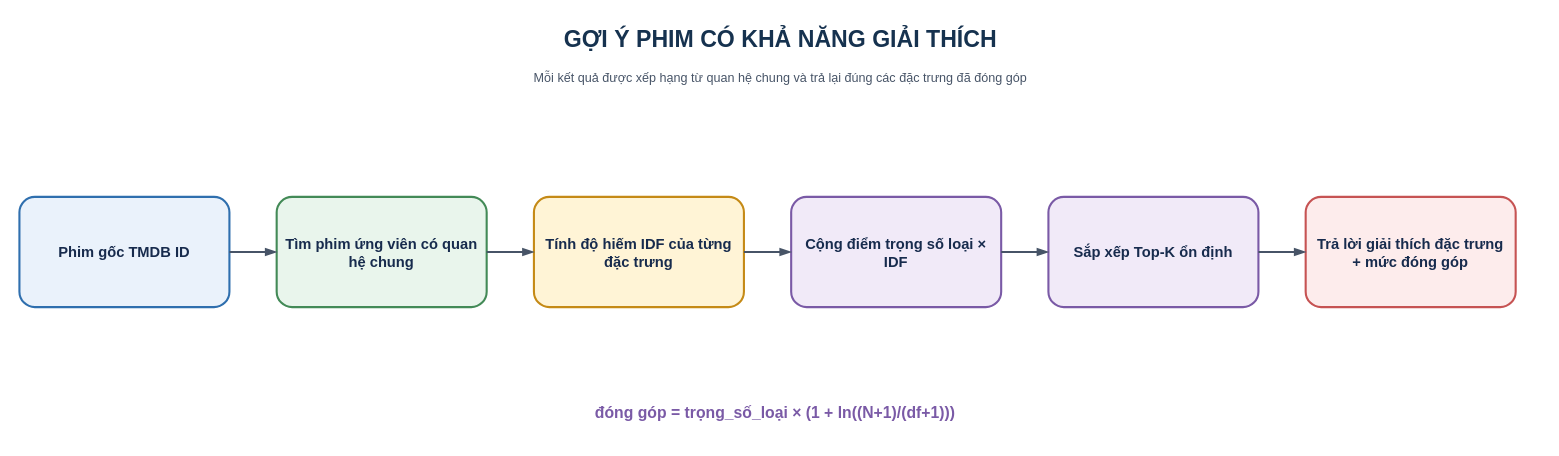
khanhhk/advanced_database keeps this draw.io diagram as report_latex/images/sources/recommendation_explanation.drawio. Above is the earlier version. Source tidied: cells renumbered, new cells numbered last; positions are measured from the earlier drawing's top-left corner, leaving out a move shared by most shapes. Both pictures are drawn from the tidied source at 105%, with x=0, y=0 at pixel (19, 18).
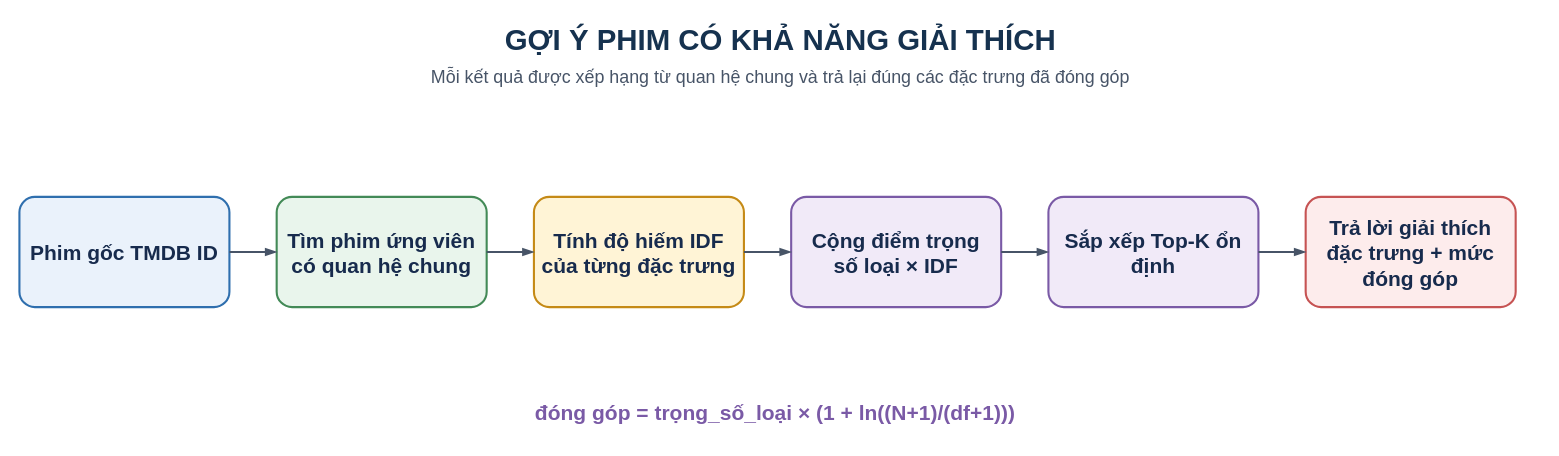
After the change.

Diff of the diagram source:
```diff
@@
 <mxGraphModel background="#FFFFFF">
   <root>
     <mxCell id="0" />
     <mxCell id="1" parent="0" />
-    <mxCell id="2" value="GỢI Ý PHIM CÓ KHẢ NĂNG GIẢI THÍCH" style="text;html=1;whiteSpace=wrap;align=center;verticalAlign=middle;fontFamily=Helvetica;fontSize=22;fontColor=#16324F;fontStyle=1;" parent="1" vertex="1">
+    <mxCell id="2" value="GỢI Ý PHIM CÓ KHẢ NĂNG GIẢI THÍCH" style="text;html=1;whiteSpace=wrap;align=center;verticalAlign=middle;fontFamily=Helvetica;fontSize=28;fontColor=#16324F;fontStyle=1;" parent="1" vertex="1">
       <mxGeometry width="1450" height="42" as="geometry" />
     </mxCell>
-    <mxCell id="3" value="Mỗi kết quả được xếp hạng từ quan hệ chung và trả lại đúng các đặc trưng đã đóng góp" style="text;html=1;whiteSpace=wrap;align=center;verticalAlign=middle;fontFamily=Helvetica;fontSize=12;fontColor=#475467;" parent="1" vertex="1">
+    <mxCell id="3" value="Mỗi kết quả được xếp hạng từ quan hệ chung và trả lại đúng các đặc trưng đã đóng góp" style="text;html=1;whiteSpace=wrap;align=center;verticalAlign=middle;fontFamily=Helvetica;fontSize=17;fontColor=#475467;" parent="1" vertex="1">
       <mxGeometry y="42" width="1450" height="30" as="geometry" />
     </mxCell>
-    <mxCell id="4" value="Phim gốc TMDB ID" style="rounded=1;arcSize=14;whiteSpace=wrap;html=1;align=center;verticalAlign=middle;spacing=8;fontFamily=Helvetica;fontSize=14;fontColor=#172B4D;fillColor=#EAF2FB;strokeColor=#2F6FAE;strokeWidth=2;fontStyle=1;" parent="1" vertex="1">
+    <mxCell id="4" value="Phim gốc TMDB ID" style="rounded=1;arcSize=14;whiteSpace=wrap;html=1;align=center;verticalAlign=middle;spacing=8;fontFamily=Helvetica;fontSize=20;fontColor=#172B4D;fillColor=#EAF2FB;strokeColor=#2F6FAE;strokeWidth=2;fontStyle=1;" parent="1" vertex="1">
       <mxGeometry y="170" width="200" height="105" as="geometry" />
     </mxCell>
-    <mxCell id="5" value="Tìm phim ứng viên có quan hệ chung" style="rounded=1;arcSize=14;whiteSpace=wrap;html=1;align=center;verticalAlign=middle;spacing=8;fontFamily=Helvetica;fontSize=14;fontColor=#172B4D;fillColor=#E9F5EC;strokeColor=#438A57;strokeWidth=2;fontStyle=1;" parent="1" vertex="1">
+    <mxCell id="5" value="Tìm phim ứng viên có quan hệ chung" style="rounded=1;arcSize=14;whiteSpace=wrap;html=1;align=center;verticalAlign=middle;spacing=8;fontFamily=Helvetica;fontSize=20;fontColor=#172B4D;fillColor=#E9F5EC;strokeColor=#438A57;strokeWidth=2;fontStyle=1;" parent="1" vertex="1">
       <mxGeometry x="245" y="170" width="200" height="105" as="geometry" />
     </mxCell>
-    <mxCell id="6" value="Tính độ hiếm IDF của từng đặc trưng" style="rounded=1;arcSize=14;whiteSpace=wrap;html=1;align=center;verticalAlign=middle;spacing=8;fontFamily=Helvetica;fontSize=14;fontColor=#172B4D;fillColor=#FFF4D6;strokeColor=#C58A16;strokeWidth=2;fontStyle=1;" parent="1" vertex="1">
+    <mxCell id="6" value="Tính độ hiếm IDF của từng đặc trưng" style="rounded=1;arcSize=14;whiteSpace=wrap;html=1;align=center;verticalAlign=middle;spacing=8;fontFamily=Helvetica;fontSize=20;fontColor=#172B4D;fillColor=#FFF4D6;strokeColor=#C58A16;strokeWidth=2;fontStyle=1;" parent="1" vertex="1">
       <mxGeometry x="490" y="170" width="200" height="105" as="geometry" />
     </mxCell>
-    <mxCell id="7" value="Cộng điểm trọng số loại × IDF" style="rounded=1;arcSize=14;whiteSpace=wrap;html=1;align=center;verticalAlign=middle;spacing=8;fontFamily=Helvetica;fontSize=14;fontColor=#172B4D;fillColor=#F1EAF8;strokeColor=#7A5AA6;strokeWidth=2;fontStyle=1;" parent="1" vertex="1">
+    <mxCell id="7" value="Cộng điểm trọng số loại × IDF" style="rounded=1;arcSize=14;whiteSpace=wrap;html=1;align=center;verticalAlign=middle;spacing=8;fontFamily=Helvetica;fontSize=20;fontColor=#172B4D;fillColor=#F1EAF8;strokeColor=#7A5AA6;strokeWidth=2;fontStyle=1;" parent="1" vertex="1">
       <mxGeometry x="735" y="170" width="200" height="105" as="geometry" />
     </mxCell>
-    <mxCell id="8" value="Sắp xếp Top-K ổn định" style="rounded=1;arcSize=14;whiteSpace=wrap;html=1;align=center;verticalAlign=middle;spacing=8;fontFamily=Helvetica;fontSize=14;fontColor=#172B4D;fillColor=#F1EAF8;strokeColor=#7A5AA6;strokeWidth=2;fontStyle=1;" parent="1" vertex="1">
+    <mxCell id="8" value="Sắp xếp Top-K ổn định" style="rounded=1;arcSize=14;whiteSpace=wrap;html=1;align=center;verticalAlign=middle;spacing=8;fontFamily=Helvetica;fontSize=20;fontColor=#172B4D;fillColor=#F1EAF8;strokeColor=#7A5AA6;strokeWidth=2;fontStyle=1;" parent="1" vertex="1">
       <mxGeometry x="980" y="170" width="200" height="105" as="geometry" />
     </mxCell>
-    <mxCell id="9" value="Trả lời giải thích đặc trưng + mức đóng góp" style="rounded=1;arcSize=14;whiteSpace=wrap;html=1;align=center;verticalAlign=middle;spacing=8;fontFamily=Helvetica;fontSize=14;fontColor=#172B4D;fillColor=#FDECEC;strokeColor=#C65353;strokeWidth=2;fontStyle=1;" parent="1" vertex="1">
+    <mxCell id="9" value="Trả lời giải thích đặc trưng + mức đóng góp" style="rounded=1;arcSize=14;whiteSpace=wrap;html=1;align=center;verticalAlign=middle;spacing=8;fontFamily=Helvetica;fontSize=20;fontColor=#172B4D;fillColor=#FDECEC;strokeColor=#C65353;strokeWidth=2;fontStyle=1;" parent="1" vertex="1">
       <mxGeometry x="1225" y="170" width="200" height="105" as="geometry" />
     </mxCell>
-    <mxCell id="10" style="edgeStyle=orthogonalEdgeStyle;rounded=1;jettySize=auto;html=1;strokeColor=#475467;strokeWidth=2;endArrow=blockThin;endFill=1;fontFamily=Helvetica;fontSize=11;fontColor=#344054;labelBackgroundColor=#FFFFFF;exitX=1;exitY=0.5;exitDx=0;exitDy=0;entryX=0;entryY=0.5;entryDx=0;entryDy=0;" parent="1" edge="1" source="4" target="5">
+    <mxCell id="10" style="edgeStyle=orthogonalEdgeStyle;rounded=1;jettySize=auto;html=1;strokeColor=#475467;strokeWidth=2;endArrow=blockThin;endFill=1;fontFamily=Helvetica;fontSize=16;fontColor=#344054;labelBackgroundColor=#FFFFFF;exitX=1;exitY=0.5;exitDx=0;exitDy=0;entryX=0;entryY=0.5;entryDx=0;entryDy=0;" parent="1" edge="1" source="4" target="5">
       <mxGeometry relative="1" as="geometry" />
     </mxCell>
-    <mxCell id="11" style="edgeStyle=orthogonalEdgeStyle;rounded=1;jettySize=auto;html=1;strokeColor=#475467;strokeWidth=2;endArrow=blockThin;endFill=1;fontFamily=Helvetica;fontSize=11;fontColor=#344054;labelBackgroundColor=#FFFFFF;exitX=1;exitY=0.5;exitDx=0;exitDy=0;entryX=0;entryY=0.5;entryDx=0;entryDy=0;" parent="1" edge="1" source="5" target="6">
+    <mxCell id="11" style="edgeStyle=orthogonalEdgeStyle;rounded=1;jettySize=auto;html=1;strokeColor=#475467;strokeWidth=2;endArrow=blockThin;endFill=1;fontFamily=Helvetica;fontSize=16;fontColor=#344054;labelBackgroundColor=#FFFFFF;exitX=1;exitY=0.5;exitDx=0;exitDy=0;entryX=0;entryY=0.5;entryDx=0;entryDy=0;" parent="1" edge="1" source="5" target="6">
       <mxGeometry relative="1" as="geometry" />
     </mxCell>
-    <mxCell id="12" style="edgeStyle=orthogonalEdgeStyle;rounded=1;jettySize=auto;html=1;strokeColor=#475467;strokeWidth=2;endArrow=blockThin;endFill=1;fontFamily=Helvetica;fontSize=11;fontColor=#344054;labelBackgroundColor=#FFFFFF;exitX=1;exitY=0.5;exitDx=0;exitDy=0;entryX=0;entryY=0.5;entryDx=0;entryDy=0;" parent="1" edge="1" source="6" target="7">
+    <mxCell id="12" style="edgeStyle=orthogonalEdgeStyle;rounded=1;jettySize=auto;html=1;strokeColor=#475467;strokeWidth=2;endArrow=blockThin;endFill=1;fontFamily=Helvetica;fontSize=16;fontColor=#344054;labelBackgroundColor=#FFFFFF;exitX=1;exitY=0.5;exitDx=0;exitDy=0;entryX=0;entryY=0.5;entryDx=0;entryDy=0;" parent="1" edge="1" source="6" target="7">
       <mxGeometry relative="1" as="geometry" />
     </mxCell>
-    <mxCell id="13" style="edgeStyle=orthogonalEdgeStyle;rounded=1;jettySize=auto;html=1;strokeColor=#475467;strokeWidth=2;endArrow=blockThin;endFill=1;fontFamily=Helvetica;fontSize=11;fontColor=#344054;labelBackgroundColor=#FFFFFF;exitX=1;exitY=0.5;exitDx=0;exitDy=0;entryX=0;entryY=0.5;entryDx=0;entryDy=0;" parent="1" edge="1" source="7" target="8">
+    <mxCell id="13" style="edgeStyle=orthogonalEdgeStyle;rounded=1;jettySize=auto;html=1;strokeColor=#475467;strokeWidth=2;endArrow=blockThin;endFill=1;fontFamily=Helvetica;fontSize=16;fontColor=#344054;labelBackgroundColor=#FFFFFF;exitX=1;exitY=0.5;exitDx=0;exitDy=0;entryX=0;entryY=0.5;entryDx=0;entryDy=0;" parent="1" edge="1" source="7" target="8">
       <mxGeometry relative="1" as="geometry" />
     </mxCell>
-    <mxCell id="14" style="edgeStyle=orthogonalEdgeStyle;rounded=1;jettySize=auto;html=1;strokeColor=#475467;strokeWidth=2;endArrow=blockThin;endFill=1;fontFamily=Helvetica;fontSize=11;fontColor=#344054;labelBackgroundColor=#FFFFFF;exitX=1;exitY=0.5;exitDx=0;exitDy=0;entryX=0;entryY=0.5;entryDx=0;entryDy=0;" parent="1" edge="1" source="8" target="9">
+    <mxCell id="14" style="edgeStyle=orthogonalEdgeStyle;rounded=1;jettySize=auto;html=1;strokeColor=#475467;strokeWidth=2;endArrow=blockThin;endFill=1;fontFamily=Helvetica;fontSize=16;fontColor=#344054;labelBackgroundColor=#FFFFFF;exitX=1;exitY=0.5;exitDx=0;exitDy=0;entryX=0;entryY=0.5;entryDx=0;entryDy=0;" parent="1" edge="1" source="8" target="9">
       <mxGeometry relative="1" as="geometry" />
     </mxCell>
-    <mxCell id="15" value="đóng góp = trọng_số_loại × (1 + ln((N+1)/(df+1)))" style="text;html=1;whiteSpace=wrap;align=center;verticalAlign=middle;fontFamily=Helvetica;fontSize=15;fontColor=#7A5AA6;fontStyle=1;" parent="1" vertex="1">
+    <mxCell id="15" value="đóng góp = trọng_số_loại × (1 + ln((N+1)/(df+1)))" style="text;html=1;whiteSpace=wrap;align=center;verticalAlign=middle;fontFamily=Helvetica;fontSize=20;fontColor=#7A5AA6;fontStyle=1;" parent="1" vertex="1">
       <mxGeometry x="340" y="350" width="760" height="50" as="geometry" />
     </mxCell>
   </root>
 </mxGraphModel>
```
